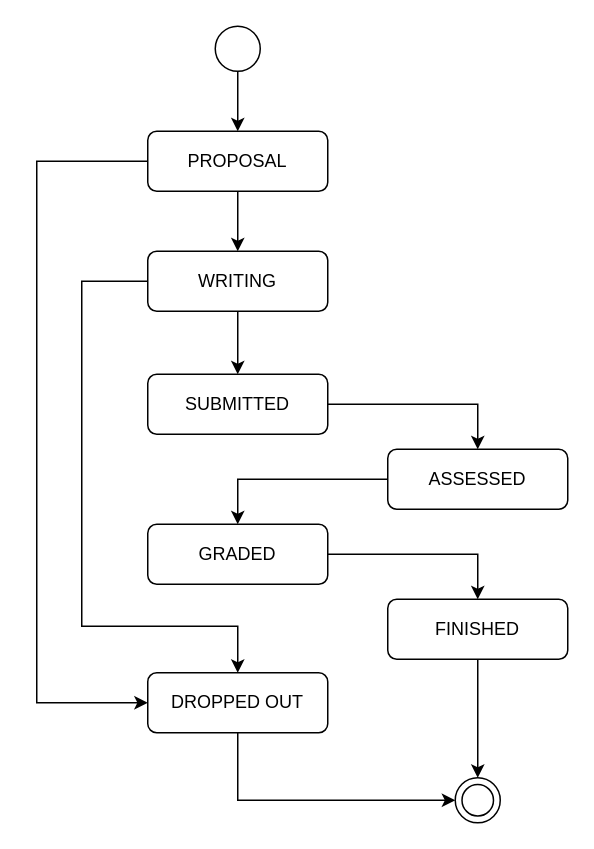
This is thesis-states.drawio from fabian-emilius/bachelor-thesis-charts, a draw.io file, before an edit. Source tidied: cells renumbered, new cells numbered last; positions are measured from the earlier drawing's top-left corner, leaving out a move shared by most shapes. Both pictures are drawn from the tidied source at 150%, with x=0, y=0 at pixel (36, 26).
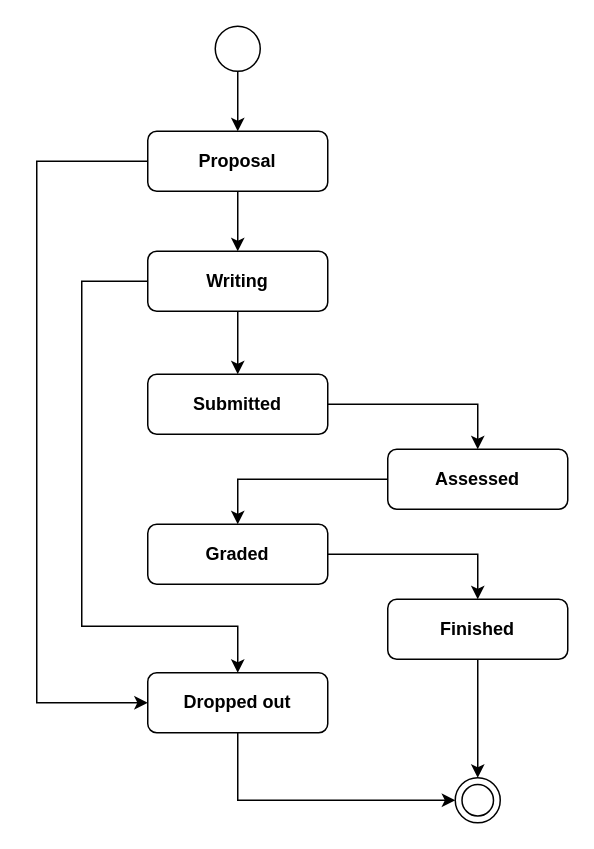
After the change.

What changed in the source:
```diff
@@
-    <mxCell id="4" value="PROPOSAL" style="rounded=1;whiteSpace=wrap;html=1;fontSize=12;glass=0;strokeWidth=1;shadow=0;" parent="1" vertex="1">
+    <mxCell id="4" value="&lt;b&gt;Proposal&lt;/b&gt;" style="rounded=1;whiteSpace=wrap;html=1;fontSize=12;glass=0;strokeWidth=1;shadow=0;" parent="1" vertex="1">
       <mxGeometry x="74" y="70" width="120" height="40" as="geometry" />
     </mxCell>
@@
-    <mxCell id="7" value="WRITING" style="rounded=1;whiteSpace=wrap;html=1;fontSize=12;glass=0;strokeWidth=1;shadow=0;" parent="1" vertex="1">
+    <mxCell id="7" value="&lt;b&gt;Writing&lt;/b&gt;" style="rounded=1;whiteSpace=wrap;html=1;fontSize=12;glass=0;strokeWidth=1;shadow=0;" parent="1" vertex="1">
       <mxGeometry x="74" y="150" width="120" height="40" as="geometry" />
     </mxCell>
@@
-    <mxCell id="9" value="SUBMITTED" style="rounded=1;whiteSpace=wrap;html=1;fontSize=12;glass=0;strokeWidth=1;shadow=0;" parent="1" vertex="1">
+    <mxCell id="9" value="&lt;b&gt;Submitted&lt;/b&gt;" style="rounded=1;whiteSpace=wrap;html=1;fontSize=12;glass=0;strokeWidth=1;shadow=0;" parent="1" vertex="1">
       <mxGeometry x="74" y="232" width="120" height="40" as="geometry" />
     </mxCell>
@@
-    <mxCell id="11" value="ASSESSED" style="rounded=1;whiteSpace=wrap;html=1;fontSize=12;glass=0;strokeWidth=1;shadow=0;" parent="1" vertex="1">
+    <mxCell id="11" value="&lt;b&gt;Assessed&lt;/b&gt;" style="rounded=1;whiteSpace=wrap;html=1;fontSize=12;glass=0;strokeWidth=1;shadow=0;" parent="1" vertex="1">
       <mxGeometry x="234" y="282" width="120" height="40" as="geometry" />
     </mxCell>
@@
-    <mxCell id="13" value="GRADED" style="rounded=1;whiteSpace=wrap;html=1;fontSize=12;glass=0;strokeWidth=1;shadow=0;" parent="1" vertex="1">
+    <mxCell id="13" value="&lt;b&gt;Graded&lt;/b&gt;" style="rounded=1;whiteSpace=wrap;html=1;fontSize=12;glass=0;strokeWidth=1;shadow=0;" parent="1" vertex="1">
       <mxGeometry x="74" y="332" width="120" height="40" as="geometry" />
     </mxCell>
@@
-    <mxCell id="15" value="FINISHED" style="rounded=1;whiteSpace=wrap;html=1;fontSize=12;glass=0;strokeWidth=1;shadow=0;" parent="1" vertex="1">
+    <mxCell id="15" value="&lt;b&gt;Finished&lt;/b&gt;" style="rounded=1;whiteSpace=wrap;html=1;fontSize=12;glass=0;strokeWidth=1;shadow=0;" parent="1" vertex="1">
       <mxGeometry x="234" y="382" width="120" height="40" as="geometry" />
     </mxCell>
@@
-    <mxCell id="20" value="DROPPED OUT" style="rounded=1;whiteSpace=wrap;html=1;fontSize=12;glass=0;strokeWidth=1;shadow=0;" parent="1" vertex="1">
+    <mxCell id="20" value="&lt;b&gt;Dropped out&lt;/b&gt;" style="rounded=1;whiteSpace=wrap;html=1;fontSize=12;glass=0;strokeWidth=1;shadow=0;" parent="1" vertex="1">
       <mxGeometry x="74" y="431" width="120" height="40" as="geometry" />
     </mxCell>
```
